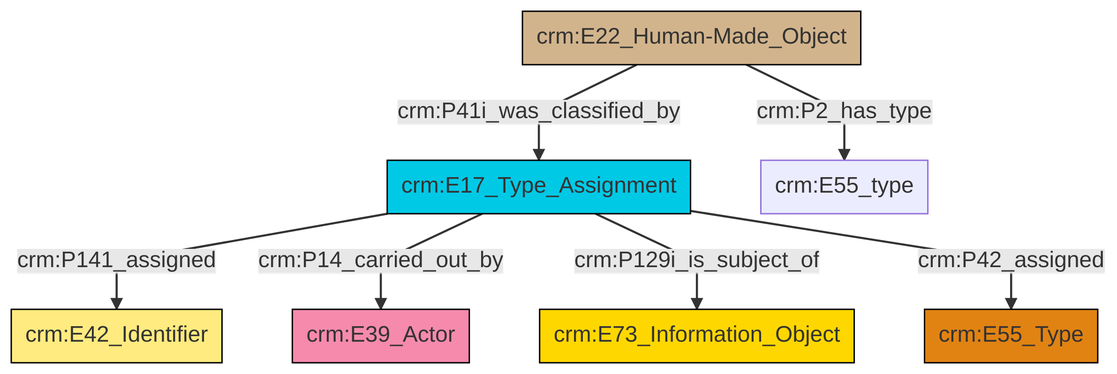
The Mermaid diagram et/builtWorkCSV/ttl/mmd/png/Built_Work_designation_status.png in swiss-art-research-net/reference-data-models, before a commit. Its source is kept beside it as et/builtWorkCSV/ttl/mmd/Built_Work_designation_status.ttl.mmd.
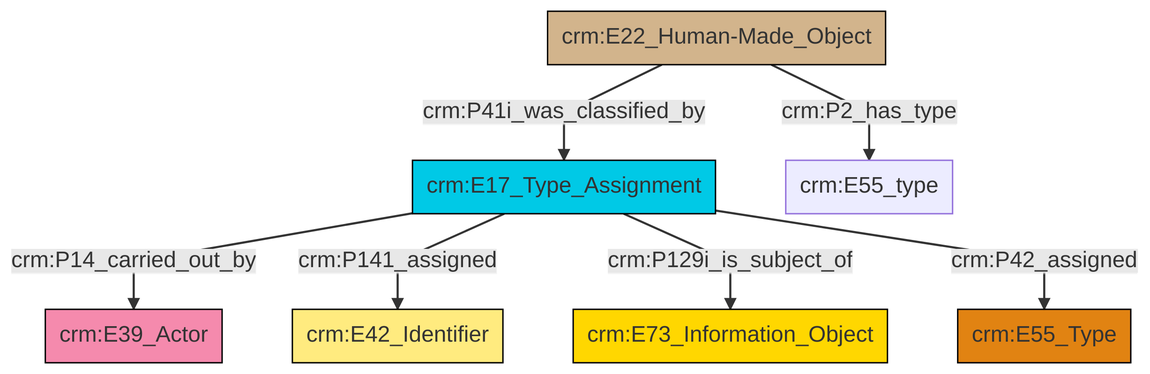
The same diagram one commit later.

The edit, as a diff of the source:
```diff
@@ -13,9 +13,9 @@
 classDef PC_Classes fill:#4ce600, stroke:#000000;
 classDef Multi fill:#cccccc,stroke:#000000;
 
-2["crm:E17_Type_Assignment"]:::Temporal_Entity -->|crm:P141_assigned| 3["crm:E42_Identifier"]:::Appellation
-2["crm:E17_Type_Assignment"]:::Temporal_Entity -->|crm:P14_carried_out_by| 4["crm:E39_Actor"]:::Actor
-2["crm:E17_Type_Assignment"]:::Temporal_Entity -->|crm:P129i_is_subject_of| 5["crm:E73_Information_Object"]:::Conceptual_Object
-10["crm:E22_Human-Made_Object"]:::Physical_Thing -->|crm:P41i_was_classified_by| 2["crm:E17_Type_Assignment"]:::Temporal_Entity
-10["crm:E22_Human-Made_Object"]:::Physical_Thing -->|crm:P2_has_type| 6["crm:E55_type"]:::Default
+6["crm:E22_Human-Made_Object"]:::Physical_Thing -->|crm:P41i_was_classified_by| 2["crm:E17_Type_Assignment"]:::Temporal_Entity
+2["crm:E17_Type_Assignment"]:::Temporal_Entity -->|crm:P14_carried_out_by| 8["crm:E39_Actor"]:::Actor
+6["crm:E22_Human-Made_Object"]:::Physical_Thing -->|crm:P2_has_type| 10["crm:E55_type"]:::Default
+2["crm:E17_Type_Assignment"]:::Temporal_Entity -->|crm:P141_assigned| 4["crm:E42_Identifier"]:::Appellation
+2["crm:E17_Type_Assignment"]:::Temporal_Entity -->|crm:P129i_is_subject_of| 12["crm:E73_Information_Object"]:::Conceptual_Object
 2["crm:E17_Type_Assignment"]:::Temporal_Entity -->|crm:P42_assigned| 0["crm:E55_Type"]:::Type
```
